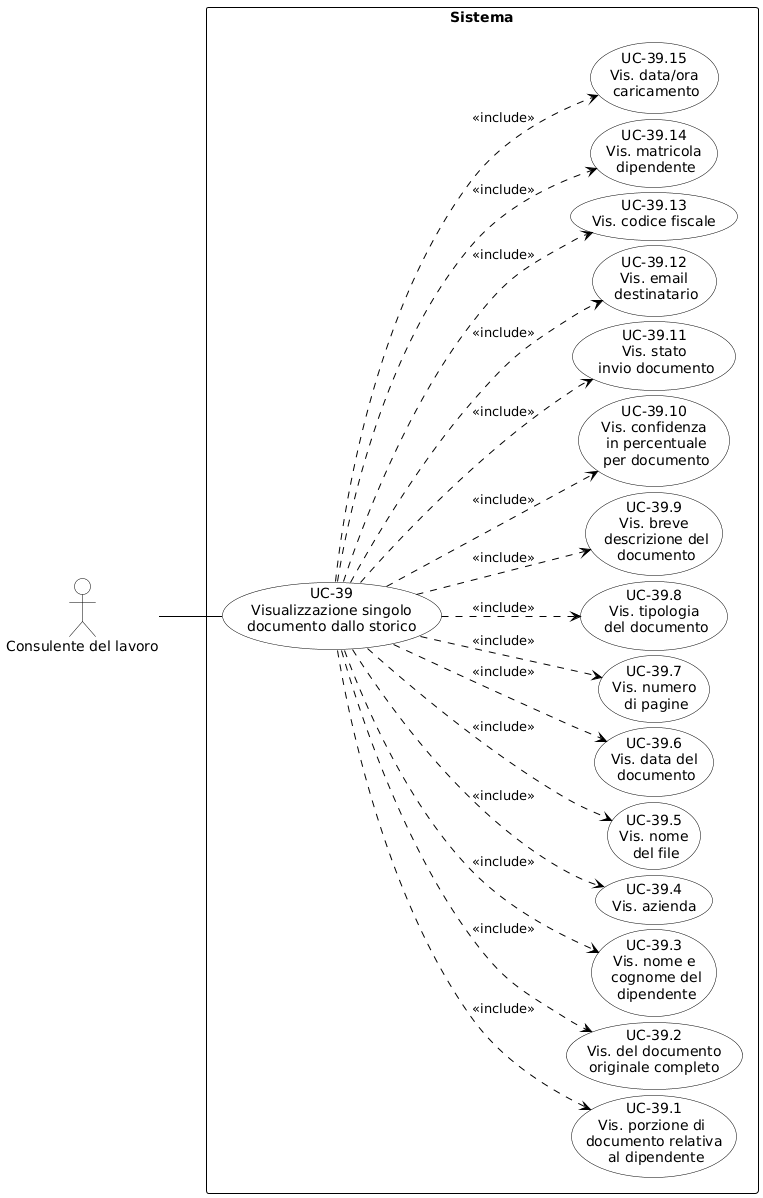
The PlantUML diagram RTB/Analisi dei Requisiti/diagrammi_use_case/UC-39.png in aLittleByte-19/Documentazione, before a commit.
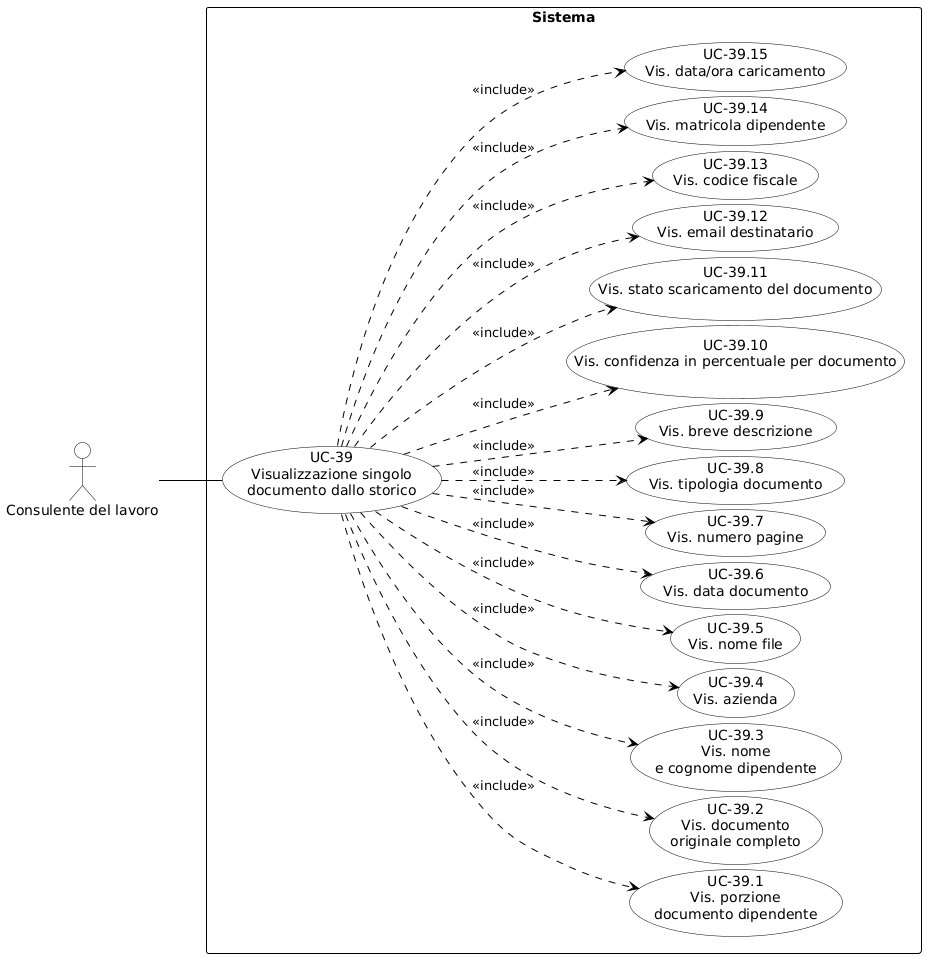
After the commit.

What changed in the source:
```diff
@@ -24,37 +24,37 @@
 rectangle "Sistema" {
     usecase "UC-39\nVisualizzazione singolo\ndocumento dallo storico" as UC39
 
-    usecase "UC-39.1\nVis. porzione di \ndocumento relativa\n al dipendente" as UC39_1
-    usecase "UC-39.2\nVis. del documento\noriginale completo" as UC39_2
-    usecase "UC-39.3\nVis. nome e\n cognome del\n dipendente" as UC39_3
+    usecase "UC-39.1\nVis. porzione\ndocumento dipendente" as UC39_1
+    usecase "UC-39.2\nVis. documento\noriginale completo" as UC39_2
+    usecase "UC-39.3\nVis. nome\ne cognome dipendente" as UC39_3
     usecase "UC-39.4\nVis. azienda" as UC39_4
-    usecase "UC-39.5\nVis. nome\n del file" as UC39_5
-    usecase "UC-39.6\nVis. data del\n documento" as UC39_6
-    usecase "UC-39.7\nVis. numero\n di pagine" as UC39_7
-    usecase "UC-39.8\nVis. tipologia\n del documento" as UC39_8
-    usecase "UC-39.9\nVis. breve\n descrizione del\n documento" as UC39_9
-    usecase "UC-39.10\nVis. confidenza\n in percentuale\n per documento" as UC39_10
-    usecase "UC-39.11\nVis. stato\n invio documento" as UC39_11
-    usecase "UC-39.12\nVis. email\n destinatario" as UC39_12
+    usecase "UC-39.5\nVis. nome file" as UC39_5
+    usecase "UC-39.6\nVis. data documento" as UC39_6
+    usecase "UC-39.7\nVis. numero pagine" as UC39_7
+    usecase "UC-39.8\nVis. tipologia documento" as UC39_8
+    usecase "UC-39.9\nVis. breve descrizione" as UC39_9
+    usecase "UC-39.10\nVis. confidenza in percentuale per documento" as UC39_10
+    usecase "UC-39.11\nVis. stato scaricamento del documento" as UC39_11
+    usecase "UC-39.12\nVis. email destinatario" as UC39_12
     usecase "UC-39.13\nVis. codice fiscale" as UC39_13
-    usecase "UC-39.14\nVis. matricola\n dipendente" as UC39_14
-    usecase "UC-39.15\nVis. data/ora\n caricamento" as UC39_15
+    usecase "UC-39.14\nVis. matricola dipendente" as UC39_14
+    usecase "UC-39.15\nVis. data/ora caricamento" as UC39_15
 
-  UC39 ..> UC39_15 : <<include>>
-  UC39 ..> UC39_14 : <<include>>
-  UC39 ..> UC39_13 : <<include>>
-  UC39 ..> UC39_12 : <<include>>
-  UC39 ..> UC39_11 : <<include>>
-  UC39 ..> UC39_10 : <<include>>
-  UC39 ..> UC39_9 : <<include>>
-  UC39 ..> UC39_8 : <<include>>
-  UC39 ..> UC39_7 : <<include>>
-  UC39 ..> UC39_6 : <<include>>
-  UC39 ..> UC39_5 : <<include>>
+    UC39 ..> UC39_1 : <<include>>
+    UC39 ..> UC39_2 : <<include>>
+    UC39 ..> UC39_3 : <<include>>
     UC39 ..> UC39_4 : <<include>>
-    UC39 ..> UC39_3 : <<include>>
-    UC39 ..> UC39_2 : <<include>>
-    UC39 ..> UC39_1 : <<include>>
+    UC39 ..> UC39_5 : <<include>>
+    UC39 ..> UC39_6 : <<include>>
+    UC39 ..> UC39_7 : <<include>>
+    UC39 ..> UC39_8 : <<include>>
+    UC39 ..> UC39_9 : <<include>>
+    UC39 ..> UC39_10 : <<include>>
+    UC39 ..> UC39_11 : <<include>>
+    UC39 ..> UC39_12 : <<include>>
+    UC39 ..> UC39_13 : <<include>>
+    UC39 ..> UC39_14 : <<include>>
+    UC39 ..> UC39_15 : <<include>>
 }
 
 CL -- UC39
```
